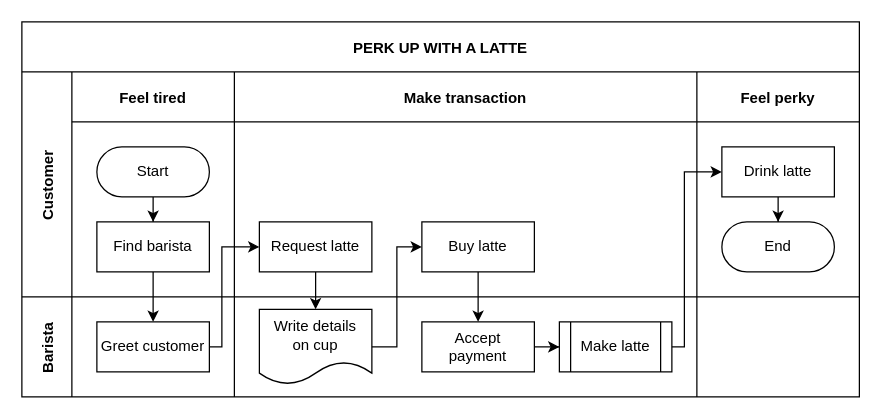
Above: Untitled Diagram.drawio in Valeriafedotova/- (draw.io), before the change. Source tidied: cells renumbered, new cells numbered last; positions are measured from the earlier drawing's top-left corner, leaving out a move shared by most shapes. Both pictures are drawn from the tidied source at 125%, with x=0, y=0 at pixel (21, 21).
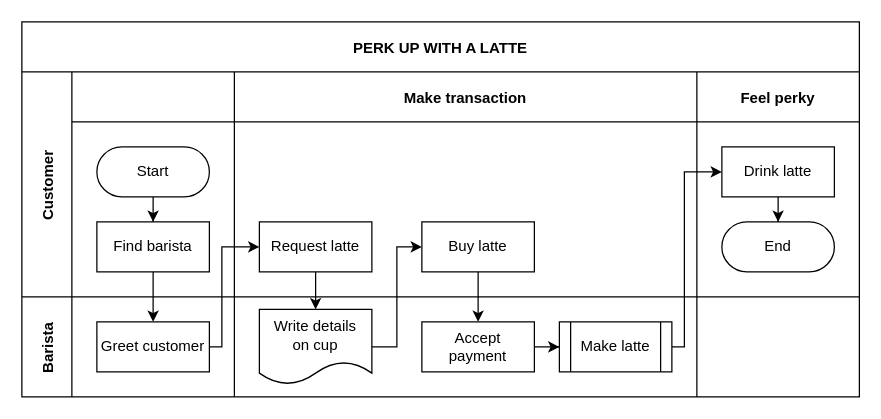
The same diagram, later.

The change refers to these unchanged cells:
```xml
<mxCell id="4" value="Customer" style="shape=tableRow;horizontal=0;swimlaneHead=0;swimlaneBody=0;top=0;left=0;bottom=0;right=0;fillColor=none;startSize=40;fontStyle=1;" parent="2" vertex="1">
  <mxGeometry y="40" width="670" height="180" as="geometry" />
</mxCell>
```

What changed in the source:
```diff
@@
-    <mxCell id="5" value="Feel tired" style="swimlane;swimlaneHead=0;swimlaneBody=0;fillColor=none;startSize=40;fontStyle=1;" parent="4" vertex="1">
+    <mxCell id="5" style="swimlane;swimlaneHead=0;swimlaneBody=0;fillColor=none;startSize=40;fontStyle=1;" parent="4" vertex="1">
       <mxGeometry x="40" width="130" height="180" as="geometry" />
     </mxCell>
```
